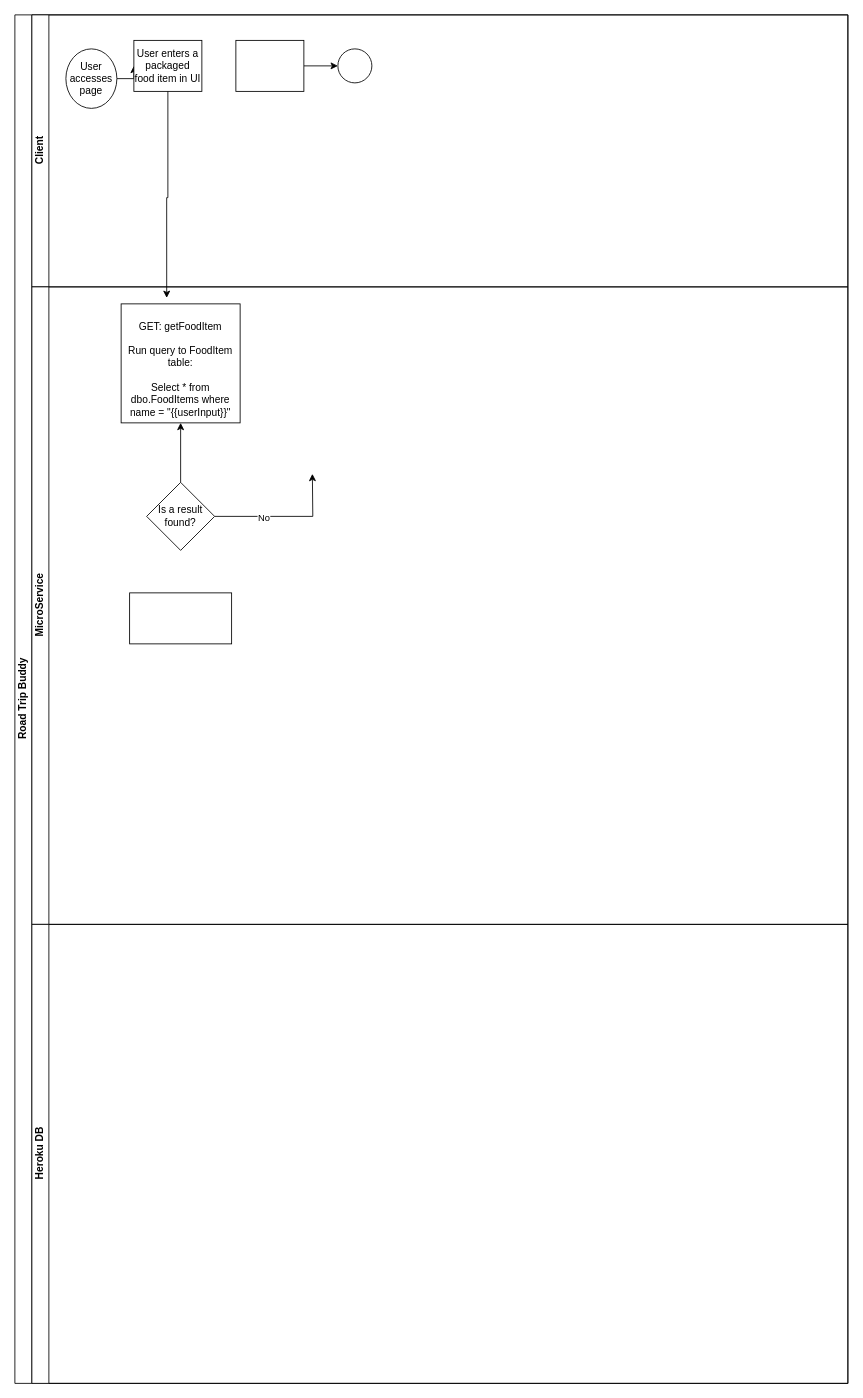
jak1212/RoadTripBuddy keeps this draw.io diagram as Road Trip Buddy v1.drawio. Above is the earlier version. Source tidied: cells renumbered, new cells numbered last; positions are measured from the earlier drawing's top-left corner, leaving out a move shared by most shapes. Both pictures are drawn from the tidied source at 85%, with x=0, y=0 at pixel (14, 14).
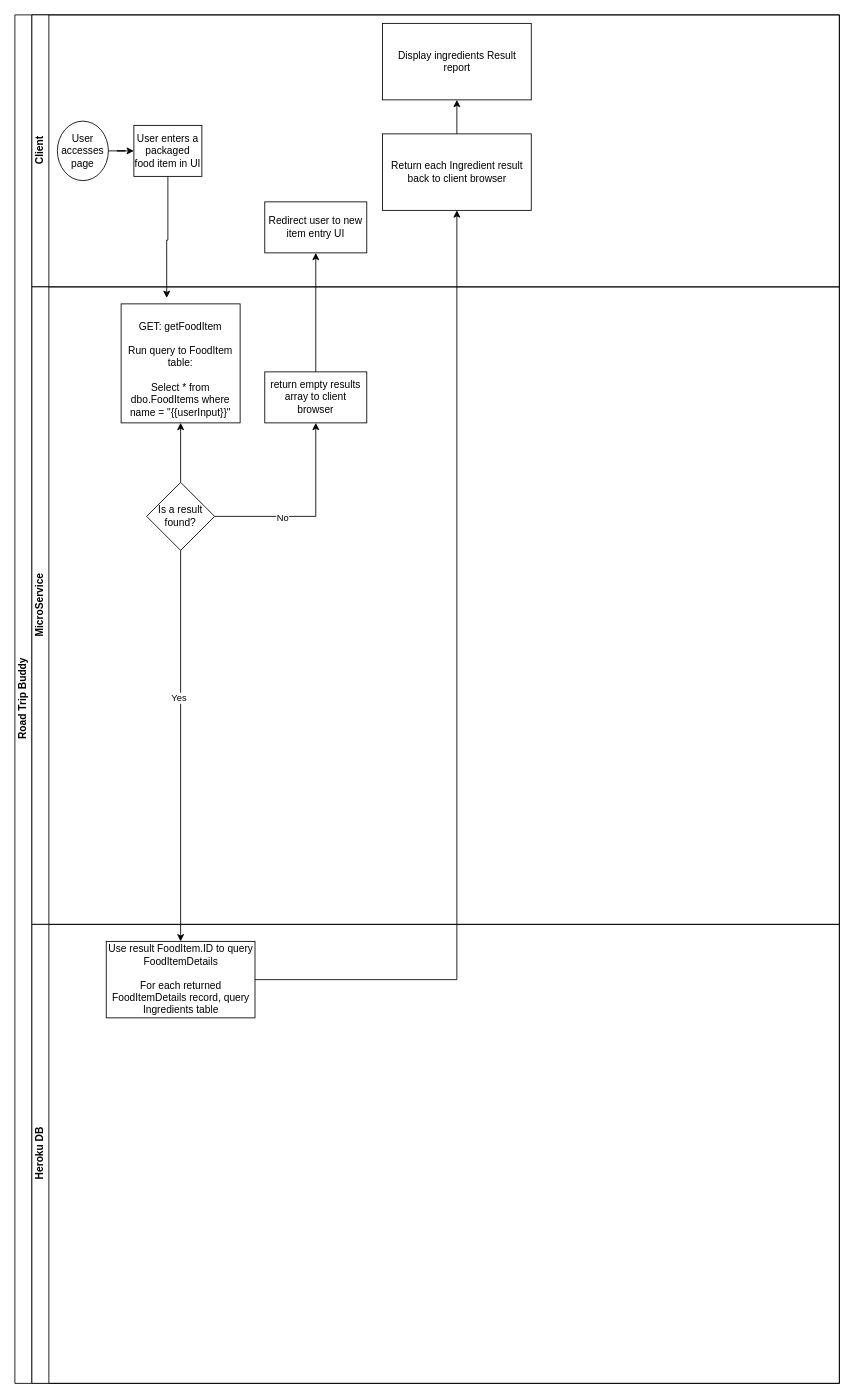
Above is the later version.

Unchanged cells that the change refers to:
```xml
<mxCell id="14" value="Is a result found?" style="rhombus;whiteSpace=wrap;html=1;" parent="10" vertex="1">
  <mxGeometry x="135" y="230" width="80" height="80" as="geometry" />
</mxCell>
```

Diff of the diagram source:
```diff
@@
     <mxCell id="2" value="Road Trip Buddy" style="swimlane;html=1;horizontal=0;startSize=20;" parent="1" vertex="1">
-      <mxGeometry width="980" height="1610" as="geometry" />
+      <mxGeometry width="970" height="1610" as="geometry" />
     </mxCell>
     <mxCell id="3" value="Client" style="swimlane;html=1;startSize=20;horizontal=0;" parent="2" vertex="1">
-      <mxGeometry x="20" width="960" height="320" as="geometry" />
+      <mxGeometry x="20" width="950" height="320" as="geometry" />
     </mxCell>
@@
     <mxCell id="5" value="User accesses page" style="ellipse;whiteSpace=wrap;html=1;" parent="3" vertex="1">
-      <mxGeometry x="40" y="40" width="60" height="70" as="geometry" />
+      <mxGeometry x="30" y="125" width="60" height="70" as="geometry" />
     </mxCell>
     <mxCell id="6" value="User enters a packaged food item in UI" style="rounded=0;whiteSpace=wrap;html=1;fontFamily=Helvetica;fontSize=12;fontColor=#000000;align=center;" parent="3" vertex="1">
-      <mxGeometry x="120" y="30" width="80" height="60" as="geometry" />
+      <mxGeometry x="120" y="130" width="80" height="60" as="geometry" />
     </mxCell>
-    <mxCell id="7" style="edgeStyle=orthogonalEdgeStyle;rounded=0;jettySize=auto;html=1;endArrow=classic;endFill=1;" parent="3" edge="1" source="8" target="9">
-      <mxGeometry relative="1" as="geometry" />
-    </mxCell>
-    <mxCell id="8" style="rounded=0;whiteSpace=wrap;html=1;fontFamily=Helvetica;fontSize=12;fontColor=#000000;align=center;" parent="3" vertex="1">
-      <mxGeometry x="240" y="30" width="80" height="60" as="geometry" />
-    </mxCell>
-    <mxCell id="9" style="ellipse;whiteSpace=wrap;html=1;" parent="3" vertex="1">
-      <mxGeometry x="360" y="40" width="40" height="40" as="geometry" />
-    </mxCell>
+    <mxCell id="19" value="Redirect user to new item entry UI" style="whiteSpace=wrap;html=1;rounded=0;" parent="3" vertex="1">
+      <mxGeometry x="274" y="220" width="120" height="60" as="geometry" />
+    </mxCell>
+    <mxCell id="20" style="edgeStyle=orthogonalEdgeStyle;rounded=0;jettySize=auto;html=1;" parent="3" edge="1" source="21" target="22">
+      <mxGeometry relative="1" as="geometry" />
+    </mxCell>
+    <mxCell id="21" value="Return each Ingredient result back to client browser" style="rounded=0;whiteSpace=wrap;html=1;" parent="3" vertex="1">
+      <mxGeometry x="412.5" y="140" width="175" height="90" as="geometry" />
+    </mxCell>
+    <mxCell id="22" value="Display ingredients Result report" style="rounded=0;whiteSpace=wrap;html=1;" parent="3" vertex="1">
+      <mxGeometry x="412.5" y="10" width="175" height="90" as="geometry" />
+    </mxCell>
     <mxCell id="10" value="MicroService" style="swimlane;html=1;startSize=20;horizontal=0;" parent="2" vertex="1">
-      <mxGeometry x="20" y="320" width="960" height="750" as="geometry" />
+      <mxGeometry x="20" y="320" width="950" height="750" as="geometry" />
     </mxCell>
@@
-    <mxCell id="12" style="edgeStyle=orthogonalEdgeStyle;rounded=0;jettySize=auto;html=1;" parent="10" edge="1" source="14">
-      <mxGeometry relative="1" as="geometry">
-        <mxPoint x="330" y="220" as="targetPoint" />
-      </mxGeometry>
+    <mxCell id="12" style="edgeStyle=orthogonalEdgeStyle;rounded=0;jettySize=auto;html=1;entryX=0.5;entryY=1;entryDx=0;entryDy=0;" parent="10" edge="1" source="14" target="23">
+      <mxGeometry relative="1" as="geometry" />
     </mxCell>
@@
+    <mxCell id="23" value="return empty results array to client browser" style="rounded=0;whiteSpace=wrap;html=1;" parent="10" vertex="1">
+      <mxGeometry x="274" y="100" width="120" height="60" as="geometry" />
+    </mxCell>
+    <mxCell id="17" value="Heroku DB" style="swimlane;html=1;startSize=20;horizontal=0;" parent="2" vertex="1">
+      <mxGeometry x="20" y="1070" width="950" height="540" as="geometry" />
+    </mxCell>
-    <mxCell id="16" style="rounded=0;whiteSpace=wrap;html=1;" parent="10" vertex="1">
-      <mxGeometry x="115" y="360" width="120" height="60" as="geometry" />
+    <mxCell id="16" value="Use result FoodItem.ID to query FoodItemDetails&lt;br&gt;&lt;br&gt;For each returned FoodItemDetails record, query Ingredients table" style="rounded=0;whiteSpace=wrap;html=1;" parent="17" vertex="1">
+      <mxGeometry x="87.5" y="20" width="175" height="90" as="geometry" />
     </mxCell>
-    <mxCell id="17" value="Heroku DB" style="swimlane;html=1;startSize=20;horizontal=0;" parent="2" vertex="1">
-      <mxGeometry x="20" y="1070" width="960" height="540" as="geometry" />
-    </mxCell>
@@
+    <mxCell id="24" style="edgeStyle=orthogonalEdgeStyle;rounded=0;jettySize=auto;html=1;" parent="2" edge="1" source="23" target="19">
+      <mxGeometry relative="1" as="geometry" />
+    </mxCell>
+    <mxCell id="25" style="edgeStyle=orthogonalEdgeStyle;rounded=0;jettySize=auto;html=1;" parent="2" edge="1" source="14" target="16">
+      <mxGeometry relative="1" as="geometry" />
+    </mxCell>
+    <mxCell id="26" value="Yes" style="edgeLabel;html=1;align=center;verticalAlign=middle;" parent="25" vertex="1">
+      <mxGeometry x="-0.25" y="-3" relative="1" as="geometry" />
+    </mxCell>
+    <mxCell id="27" style="edgeStyle=orthogonalEdgeStyle;rounded=0;jettySize=auto;html=1;" parent="2" edge="1" source="16" target="21">
+      <mxGeometry relative="1" as="geometry" />
+    </mxCell>
```
